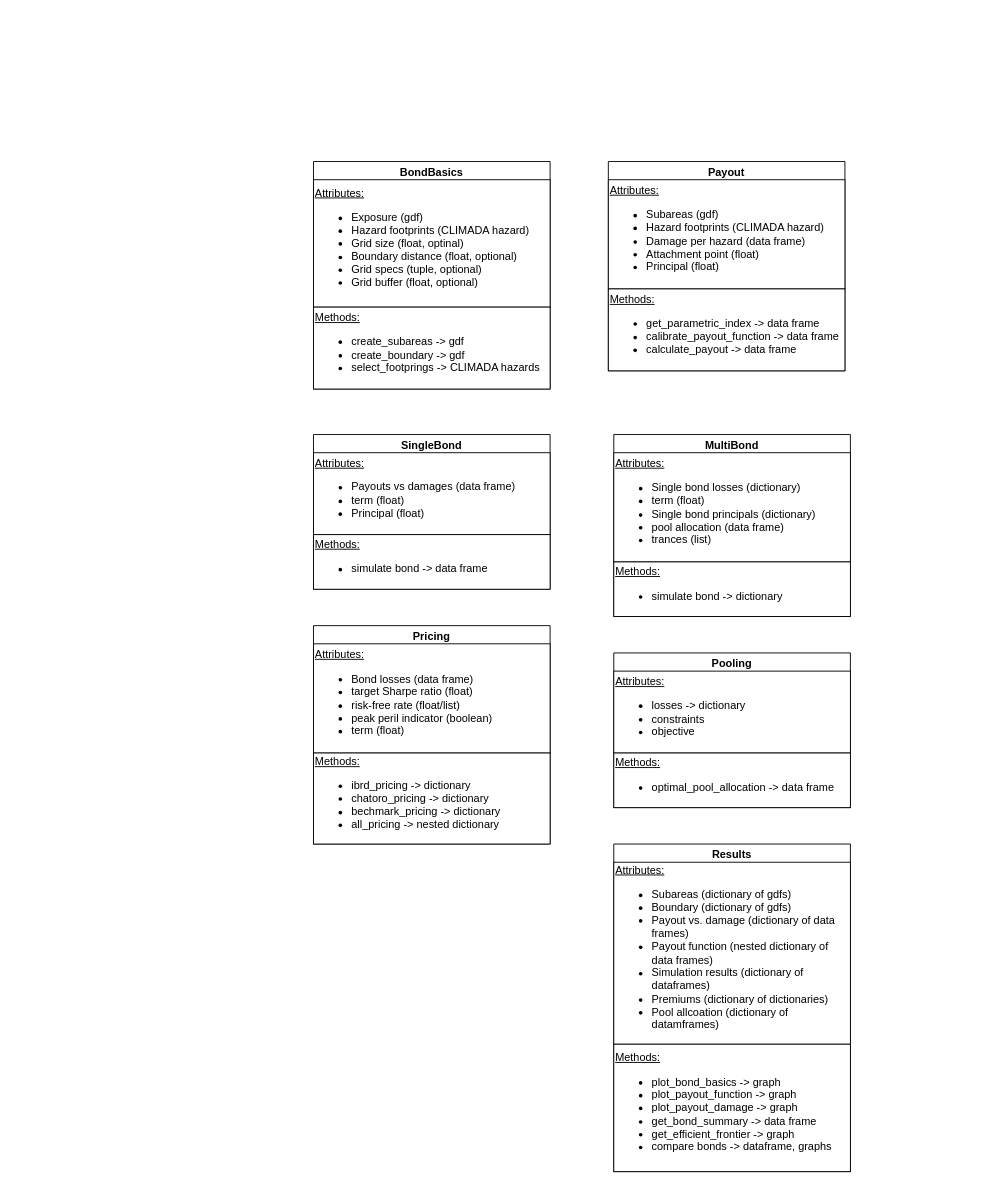
The draw.io diagram classes_climada_petals.drawio in KaiOBerg/master_thesis_cat_bonds, before the edit. Source tidied: cells renumbered, new cells numbered last; positions are measured from the earlier drawing's top-left corner, leaving out a move shared by most shapes. Both pictures are drawn from the tidied source at 91%, with x=0, y=0 at pixel (313, 161).
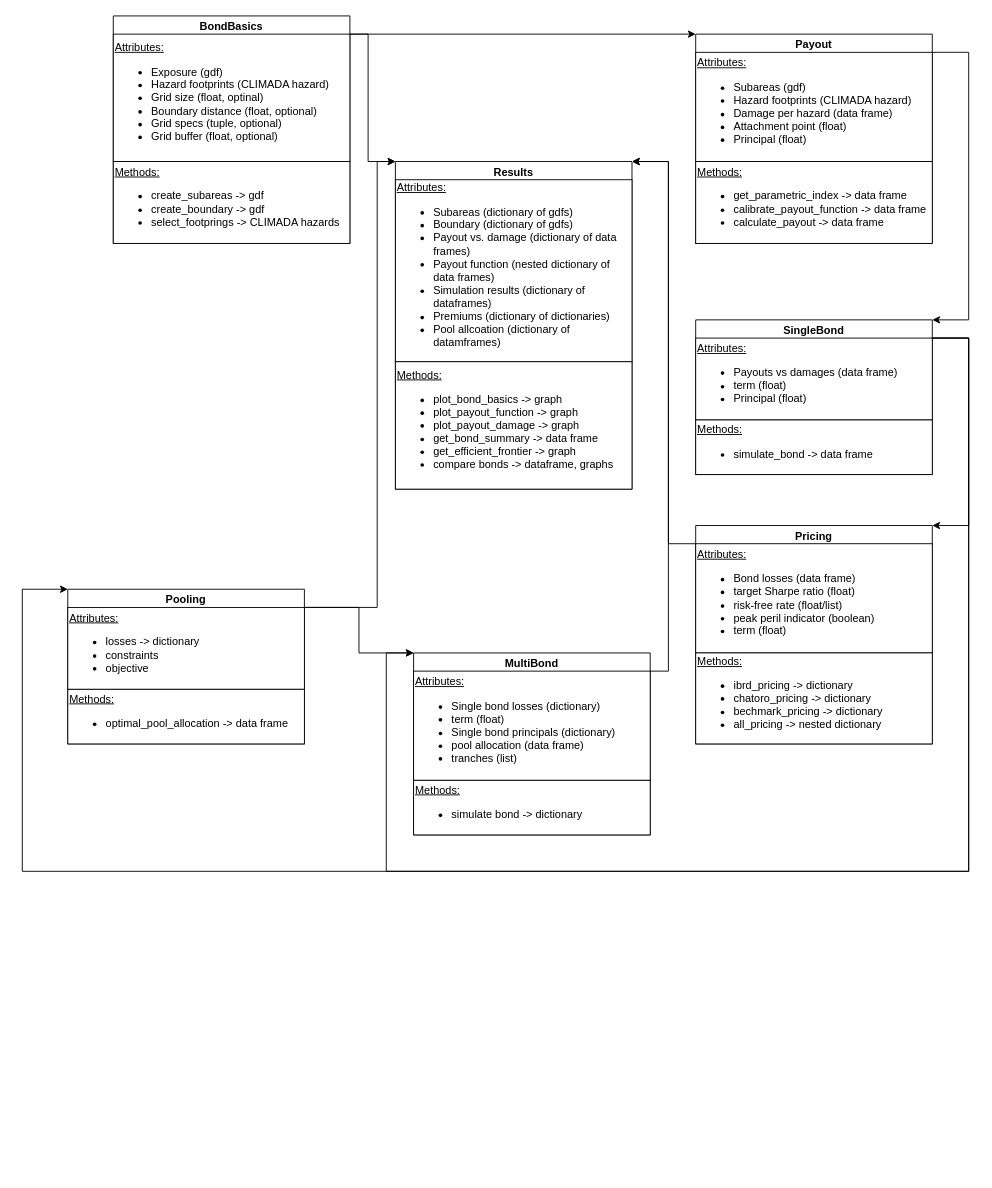
The same diagram, later.

Unchanged cells that the change refers to:
```xml
<mxCell id="3" value="&lt;u&gt;Attributes:&lt;/u&gt;&lt;div&gt;&lt;ul&gt;&lt;li&gt;Exposure (gdf)&lt;/li&gt;&lt;li&gt;Hazard footprints (CLIMADA hazard)&lt;/li&gt;&lt;li&gt;Grid size (float, optinal)&lt;/li&gt;&lt;li&gt;Boundary distance (float, optional)&lt;/li&gt;&lt;li&gt;Grid specs (tuple, optional)&lt;/li&gt;&lt;li&gt;Grid buffer (float, optional)&lt;/li&gt;&lt;/ul&gt;&lt;/div&gt;" style="whiteSpace=wrap;html=1;align=left;" parent="2" vertex="1">
  <mxGeometry y="20" width="260" height="140" as="geometry" />
</mxCell>
<mxCell id="6" value="&lt;u&gt;Attributes:&lt;/u&gt;&lt;div&gt;&lt;ul&gt;&lt;li&gt;Subareas (gdf)&lt;/li&gt;&lt;li&gt;Hazard footprints (CLIMADA hazard)&lt;/li&gt;&lt;li&gt;Damage per hazard (data frame)&lt;/li&gt;&lt;li&gt;Attachment point (float)&lt;/li&gt;&lt;li&gt;Principal (float)&lt;/li&gt;&lt;/ul&gt;&lt;/div&gt;" style="whiteSpace=wrap;html=1;align=left;" parent="5" vertex="1">
  <mxGeometry y="20" width="260" height="120" as="geometry" />
</mxCell>
<mxCell id="9" value="&lt;u&gt;Attributes:&lt;/u&gt;&lt;div&gt;&lt;ul&gt;&lt;li&gt;Payouts vs damages (data frame)&lt;/li&gt;&lt;li&gt;&lt;span style=&quot;background-color: transparent; color: light-dark(rgb(0, 0, 0), rgb(255, 255, 255));&quot;&gt;term (float)&lt;/span&gt;&lt;/li&gt;&lt;li&gt;Principal (float)&lt;/li&gt;&lt;/ul&gt;&lt;/div&gt;" style="whiteSpace=wrap;html=1;align=left;" parent="8" vertex="1">
  <mxGeometry y="20" width="260" height="90" as="geometry" />
</mxCell>
<mxCell id="15" value="&lt;u&gt;Attributes:&lt;/u&gt;&lt;div&gt;&lt;ul&gt;&lt;li&gt;Bond losses (data frame)&lt;/li&gt;&lt;li&gt;target Sharpe ratio (float)&lt;/li&gt;&lt;li&gt;risk-free rate (float/list)&lt;/li&gt;&lt;li&gt;peak peril indicator (boolean)&lt;/li&gt;&lt;li&gt;term (float)&lt;/li&gt;&lt;/ul&gt;&lt;/div&gt;" style="whiteSpace=wrap;html=1;align=left;" parent="14" vertex="1">
  <mxGeometry y="20" width="260" height="120" as="geometry" />
</mxCell>
<mxCell id="18" value="&lt;u&gt;Attributes:&lt;/u&gt;&lt;div&gt;&lt;ul&gt;&lt;li&gt;losses -&amp;gt; dictionary&lt;/li&gt;&lt;li&gt;constraints&lt;/li&gt;&lt;li&gt;objective&lt;/li&gt;&lt;/ul&gt;&lt;/div&gt;" style="whiteSpace=wrap;html=1;align=left;" parent="17" vertex="1">
  <mxGeometry y="20" width="260" height="90" as="geometry" />
</mxCell>
```

Diff of the diagram source:
```diff
@@
     <mxCell id="2" value="BondBasics" style="swimlane;whiteSpace=wrap;html=1;" parent="1" vertex="1">
-      <mxGeometry width="260" height="250" as="geometry" />
+      <mxGeometry x="-220" y="-160" width="260" height="250" as="geometry" />
     </mxCell>
@@
     <mxCell id="5" value="Payout" style="swimlane;whiteSpace=wrap;html=1;" parent="1" vertex="1">
-      <mxGeometry x="324" width="260" height="230" as="geometry" />
+      <mxGeometry x="420" y="-140" width="260" height="230" as="geometry" />
     </mxCell>
@@
     <mxCell id="8" value="SingleBond" style="swimlane;whiteSpace=wrap;html=1;" parent="1" vertex="1">
-      <mxGeometry y="300" width="260" height="170" as="geometry" />
+      <mxGeometry x="420" y="174" width="260" height="170" as="geometry" />
     </mxCell>
@@
-    <mxCell id="10" value="&lt;u&gt;Methods:&lt;/u&gt;&lt;div&gt;&lt;ul&gt;&lt;li&gt;simulate bond -&amp;gt; data frame&lt;/li&gt;&lt;/ul&gt;&lt;/div&gt;" style="whiteSpace=wrap;html=1;align=left;" parent="8" vertex="1">
+    <mxCell id="10" value="&lt;u&gt;Methods:&lt;/u&gt;&lt;div&gt;&lt;ul&gt;&lt;li&gt;simulate_bond -&amp;gt; data frame&lt;/li&gt;&lt;/ul&gt;&lt;/div&gt;" style="whiteSpace=wrap;html=1;align=left;" parent="8" vertex="1">
       <mxGeometry y="110" width="260" height="60" as="geometry" />
     </mxCell>
-    <mxCell id="11" value="MultiBond" style="swimlane;whiteSpace=wrap;html=1;" parent="1" vertex="1">
-      <mxGeometry x="330" y="300" width="260" height="200" as="geometry" />
-    </mxCell>
-    <mxCell id="12" value="&lt;u&gt;Attributes:&lt;/u&gt;&lt;div&gt;&lt;ul&gt;&lt;li&gt;Single bond losses (dictionary)&lt;/li&gt;&lt;li&gt;&lt;span style=&quot;background-color: transparent; color: light-dark(rgb(0, 0, 0), rgb(255, 255, 255));&quot;&gt;term (float)&lt;/span&gt;&lt;/li&gt;&lt;li&gt;Single bond principals (dictionary)&lt;/li&gt;&lt;li&gt;pool allocation (data frame)&lt;/li&gt;&lt;li&gt;trances (list)&lt;/li&gt;&lt;/ul&gt;&lt;/div&gt;" style="whiteSpace=wrap;html=1;align=left;" parent="11" vertex="1">
-      <mxGeometry y="20" width="260" height="120" as="geometry" />
-    </mxCell>
-    <mxCell id="13" value="&lt;u&gt;Methods:&lt;/u&gt;&lt;div&gt;&lt;ul&gt;&lt;li&gt;simulate bond -&amp;gt; dictionary&lt;/li&gt;&lt;/ul&gt;&lt;/div&gt;" style="whiteSpace=wrap;html=1;align=left;" parent="11" vertex="1">
-      <mxGeometry y="140" width="260" height="60" as="geometry" />
-    </mxCell>
     <mxCell id="14" value="Pricing" style="swimlane;whiteSpace=wrap;html=1;" parent="1" vertex="1">
-      <mxGeometry y="510" width="260" height="240" as="geometry" />
+      <mxGeometry x="420" y="400" width="260" height="240" as="geometry" />
     </mxCell>
@@
     <mxCell id="17" value="Pooling" style="swimlane;whiteSpace=wrap;html=1;" parent="1" vertex="1">
-      <mxGeometry x="330" y="540" width="260" height="170" as="geometry" />
+      <mxGeometry x="-270" y="470" width="260" height="170" as="geometry" />
     </mxCell>
@@
     <mxCell id="20" value="Results" style="swimlane;whiteSpace=wrap;html=1;" parent="1" vertex="1">
-      <mxGeometry x="330" y="750" width="260" height="360" as="geometry" />
+      <mxGeometry x="90" width="260" height="360" as="geometry" />
     </mxCell>
@@
+    <mxCell id="11" value="MultiBond" style="swimlane;whiteSpace=wrap;html=1;" parent="1" vertex="1">
+      <mxGeometry x="110" y="540" width="260" height="200" as="geometry" />
+    </mxCell>
+    <mxCell id="12" value="&lt;u&gt;Attributes:&lt;/u&gt;&lt;div&gt;&lt;ul&gt;&lt;li&gt;Single bond losses (dictionary)&lt;/li&gt;&lt;li&gt;&lt;span style=&quot;background-color: transparent; color: light-dark(rgb(0, 0, 0), rgb(255, 255, 255));&quot;&gt;term (float)&lt;/span&gt;&lt;/li&gt;&lt;li&gt;Single bond principals (dictionary)&lt;/li&gt;&lt;li&gt;pool allocation (data frame)&lt;/li&gt;&lt;li&gt;tranches (list)&lt;/li&gt;&lt;/ul&gt;&lt;/div&gt;" style="whiteSpace=wrap;html=1;align=left;" parent="11" vertex="1">
+      <mxGeometry y="20" width="260" height="120" as="geometry" />
+    </mxCell>
+    <mxCell id="13" value="&lt;u&gt;Methods:&lt;/u&gt;&lt;div&gt;&lt;ul&gt;&lt;li&gt;simulate bond -&amp;gt; dictionary&lt;/li&gt;&lt;/ul&gt;&lt;/div&gt;" style="whiteSpace=wrap;html=1;align=left;" parent="11" vertex="1">
+      <mxGeometry y="140" width="260" height="60" as="geometry" />
+    </mxCell>
+    <mxCell id="23" style="edgeStyle=orthogonalEdgeStyle;rounded=0;jettySize=auto;html=1;exitX=1;exitY=0;exitDx=0;exitDy=0;entryX=0;entryY=0;entryDx=0;entryDy=0;" parent="1" edge="1" source="3" target="5">
+      <mxGeometry relative="1" as="geometry">
+        <Array as="points">
+          <mxPoint x="50" y="-140" />
+        </Array>
+      </mxGeometry>
+    </mxCell>
+    <mxCell id="24" style="edgeStyle=orthogonalEdgeStyle;rounded=0;jettySize=auto;html=1;exitX=1;exitY=0;exitDx=0;exitDy=0;entryX=1;entryY=0;entryDx=0;entryDy=0;" parent="1" edge="1" source="6" target="8">
+      <mxGeometry relative="1" as="geometry">
+        <Array as="points">
+          <mxPoint x="720" y="-120" />
+          <mxPoint x="720" y="174" />
+        </Array>
+      </mxGeometry>
+    </mxCell>
+    <mxCell id="25" style="edgeStyle=orthogonalEdgeStyle;rounded=0;jettySize=auto;html=1;exitX=1;exitY=0;exitDx=0;exitDy=0;entryX=0;entryY=0;entryDx=0;entryDy=0;" parent="1" edge="1" source="3" target="20">
+      <mxGeometry relative="1" as="geometry">
+        <Array as="points">
+          <mxPoint x="60" y="-140" />
+          <mxPoint x="60" />
+        </Array>
+      </mxGeometry>
+    </mxCell>
+    <mxCell id="26" style="edgeStyle=orthogonalEdgeStyle;rounded=0;jettySize=auto;html=1;exitX=0;exitY=0;exitDx=0;exitDy=0;entryX=1;entryY=0;entryDx=0;entryDy=0;" parent="1" edge="1" source="15" target="20">
+      <mxGeometry relative="1" as="geometry">
+        <Array as="points">
+          <mxPoint x="390" y="420" />
+          <mxPoint x="390" />
+        </Array>
+      </mxGeometry>
+    </mxCell>
+    <mxCell id="27" style="edgeStyle=orthogonalEdgeStyle;rounded=0;jettySize=auto;html=1;exitX=1;exitY=0;exitDx=0;exitDy=0;entryX=1;entryY=0;entryDx=0;entryDy=0;" parent="1" edge="1" source="9" target="14">
+      <mxGeometry relative="1" as="geometry">
+        <Array as="points">
+          <mxPoint x="720" y="194" />
+          <mxPoint x="720" y="400" />
+        </Array>
+      </mxGeometry>
+    </mxCell>
+    <mxCell id="28" style="edgeStyle=orthogonalEdgeStyle;rounded=0;jettySize=auto;html=1;exitX=1;exitY=0;exitDx=0;exitDy=0;entryX=0;entryY=0;entryDx=0;entryDy=0;" parent="1" edge="1" source="9" target="11">
+      <mxGeometry relative="1" as="geometry">
+        <Array as="points">
+          <mxPoint x="720" y="194" />
+          <mxPoint x="720" y="780" />
+          <mxPoint x="80" y="780" />
+          <mxPoint x="80" y="540" />
+        </Array>
+      </mxGeometry>
+    </mxCell>
+    <mxCell id="29" style="edgeStyle=orthogonalEdgeStyle;rounded=0;jettySize=auto;html=1;exitX=1;exitY=0;exitDx=0;exitDy=0;entryX=0;entryY=0;entryDx=0;entryDy=0;" parent="1" edge="1" source="18" target="11">
+      <mxGeometry relative="1" as="geometry">
+        <Array as="points">
+          <mxPoint x="50" y="490" />
+          <mxPoint x="50" y="540" />
+        </Array>
+      </mxGeometry>
+    </mxCell>
+    <mxCell id="30" style="edgeStyle=orthogonalEdgeStyle;rounded=0;jettySize=auto;html=1;exitX=1;exitY=0;exitDx=0;exitDy=0;entryX=0;entryY=0;entryDx=0;entryDy=0;" parent="1" edge="1" source="9" target="17">
+      <mxGeometry relative="1" as="geometry">
+        <Array as="points">
+          <mxPoint x="720" y="194" />
+          <mxPoint x="720" y="780" />
+          <mxPoint x="-320" y="780" />
+          <mxPoint x="-320" y="470" />
+        </Array>
+      </mxGeometry>
+    </mxCell>
+    <mxCell id="31" style="edgeStyle=orthogonalEdgeStyle;rounded=0;jettySize=auto;html=1;exitX=1;exitY=0;exitDx=0;exitDy=0;entryX=0;entryY=0;entryDx=0;entryDy=0;" parent="1" edge="1" source="18" target="20">
+      <mxGeometry relative="1" as="geometry">
+        <Array as="points">
+          <mxPoint x="70" y="490" />
+          <mxPoint x="70" />
+        </Array>
+      </mxGeometry>
+    </mxCell>
+    <mxCell id="32" style="edgeStyle=orthogonalEdgeStyle;rounded=0;jettySize=auto;html=1;exitX=1;exitY=0;exitDx=0;exitDy=0;entryX=1;entryY=0;entryDx=0;entryDy=0;" parent="1" edge="1" source="12" target="20">
+      <mxGeometry relative="1" as="geometry">
+        <Array as="points">
+          <mxPoint x="390" y="560" />
+          <mxPoint x="390" />
+        </Array>
+      </mxGeometry>
+    </mxCell>
```
